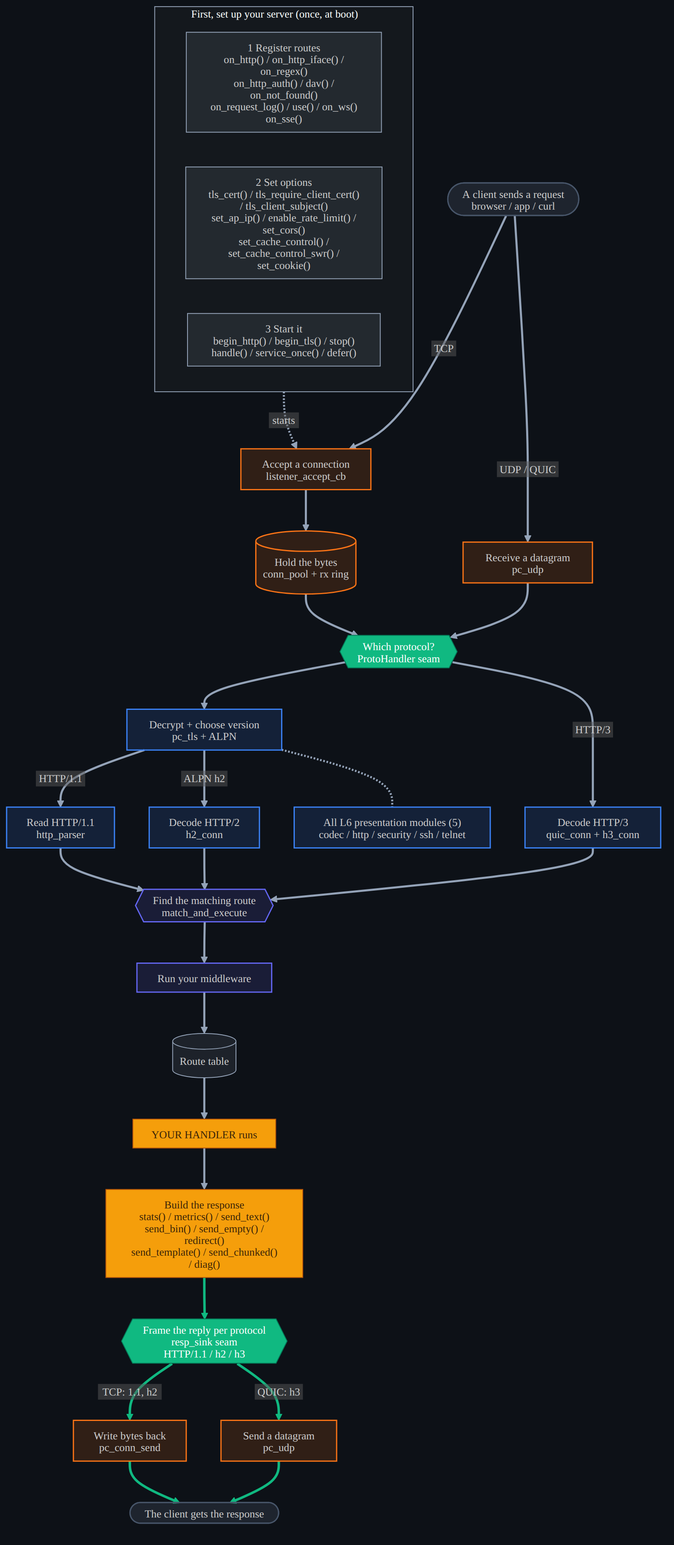
Before: docs/diagrams/api_flow_detail.dark.png, a diagram exported from Mermaid (dstroy0/ProtoCore). Its source is kept beside it as docs/diagrams/api_flow_detail.mmd. Its diagram source:
```mermaid
%%{init: {'htmlLabels':false,'themeVariables':{'fontFamily':'sans-serif','fontSize':'13px','lineColor':'#94a3b8'},'flowchart':{'curve':'basis','nodeSpacing':42,'rankSpacing':50,'padding':10,'useMaxWidth':true,'htmlLabels':false}}}%%
flowchart TB
  subgraph SETUP["First, set up your server (once, at boot)"]
    direction LR
    reg["1 Register routes<br/>on_http() / on_http_iface() / on_regex()<br/>on_http_auth() / dav() / on_not_found()<br/>on_request_log() / use() / on_ws()<br/>on_sse()"]
    cfg["2 Set options<br/>tls_cert() / tls_require_client_cert() / tls_client_subject()<br/>set_ap_ip() / enable_rate_limit() / set_cors()<br/>set_cache_control() / set_cache_control_swr() / set_cookie()"]
    run["3 Start it<br/>begin_http() / begin_tls() / stop()<br/>handle() / service_once() / defer()"]
  end

  cin(["A client sends a request<br/>browser / app / curl"])
  listen["Accept a connection<br/>listener_accept_cb"]
  ring[("Hold the bytes<br/>conn_pool + rx ring")]
  udprx["Receive a datagram<br/>protocore_udp"]
  seam{{"Which protocol?<br/>ProtoHandler seam<br/>HTTP / TELNET / SSH / MODBUS / OPCUA"}}
  tls["Decrypt + choose version<br/>protocore_tls + ALPN"]
  parser["Read HTTP/1.1<br/>http_parser"]
  h2["Decode HTTP/2<br/>h2_conn"]
  h3["Decode HTTP/3<br/>quic_conn + h3_conn"]
  mae{{"Find the matching route<br/>match_and_execute"}}
  mw["Run your middleware"]
  routes[("Route table")]
  handler["YOUR HANDLER runs"]
  resp["Build the response<br/>stats() / metrics() / send_text()<br/>send_bin() / send_empty() / redirect()<br/>send_template() / send_chunked() / diag()"]
  sink{{"Frame the reply per protocol<br/>resp_sink seam<br/>HTTP/1.1 / h2 / h3"}}
  consend["Write bytes back<br/>protocore_conn_send"]
  udptx["Send a datagram<br/>protocore_udp"]
  cout(["The client gets the response"])
  mods["All L6 presentation modules (5)<br/>codec / http / security / ssh / telnet"]

  run -.->|starts| listen
  cin ==>|TCP| listen
  listen --> ring
  ring --> seam
  cin ==>|UDP / QUIC| udprx
  udprx --> seam
  seam --> tls
  tls -->|HTTP/1.1| parser
  tls -->|ALPN h2| h2
  seam -->|HTTP/3| h3
  parser --> mae
  h2 --> mae
  h3 --> mae
  mae --> mw
  mw --> routes
  routes --> handler
  handler --> resp
  resp --> sink
  sink -->|TCP: 1.1, h2| consend
  sink -->|QUIC: h3| udptx
  consend ==> cout
  udptx ==> cout
  tls -.- mods

  class cin,cout ext;
  class reg,cfg,run,routes setup;
  class listen,ring,udprx,udptx,consend l4;
  class seam,sink seam;
  class tls,parser,h2,h3,mods l6;
  class mae,mw l7;
  class handler,resp you;
  classDef ext fill:#64748b33,stroke:#475569,stroke-width:1.5px;
  classDef setup fill:#94a3b81f,stroke:#94a3b8;
  classDef l4 fill:#f9731626,stroke:#f97316,stroke-width:1.5px;
  classDef seam fill:#10b981,stroke:#047857,color:#ffffff;
  classDef l6 fill:#3b82f626,stroke:#3b82f6,stroke-width:1.5px;
  classDef l7 fill:#6366f126,stroke:#6366f1,stroke-width:1.5px;
  classDef you fill:#f59e0b,stroke:#b45309,color:#3b2508;
  style SETUP fill:#8888880f,stroke:#94a3b8,stroke-width:1px;
  linkStyle default stroke-width:2.5px;
  linkStyle 17,18,19,20,21 stroke:#10b981,stroke-width:3px;
```
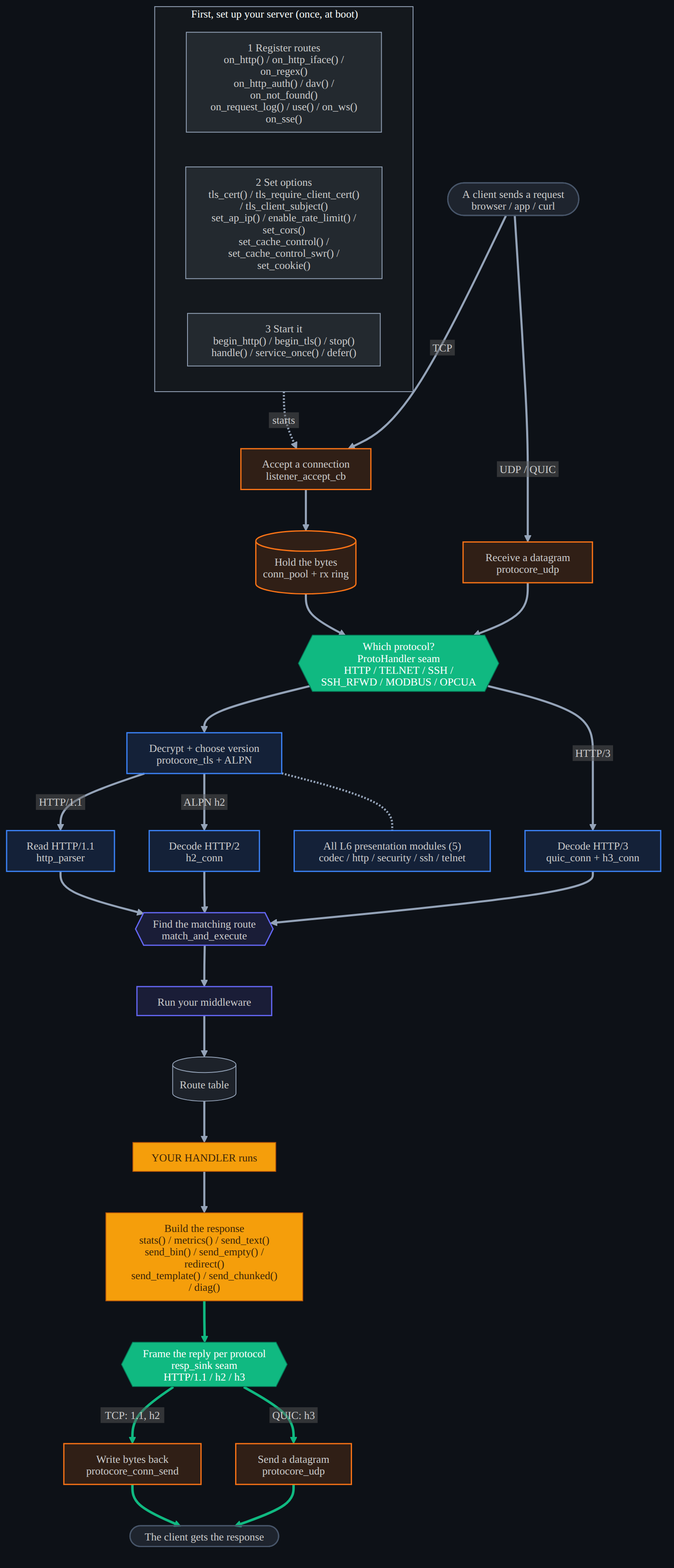
After the change.

Diff of the diagram source:
```diff
@@ -11,7 +11,7 @@
   listen["Accept a connection<br/>listener_accept_cb"]
   ring[("Hold the bytes<br/>conn_pool + rx ring")]
   udprx["Receive a datagram<br/>protocore_udp"]
-  seam{{"Which protocol?<br/>ProtoHandler seam<br/>HTTP / TELNET / SSH / MODBUS / OPCUA"}}
+  seam{{"Which protocol?<br/>ProtoHandler seam<br/>HTTP / TELNET / SSH / SSH_RFWD / MODBUS / OPCUA"}}
   tls["Decrypt + choose version<br/>protocore_tls + ALPN"]
   parser["Read HTTP/1.1<br/>http_parser"]
   h2["Decode HTTP/2<br/>h2_conn"]
```
